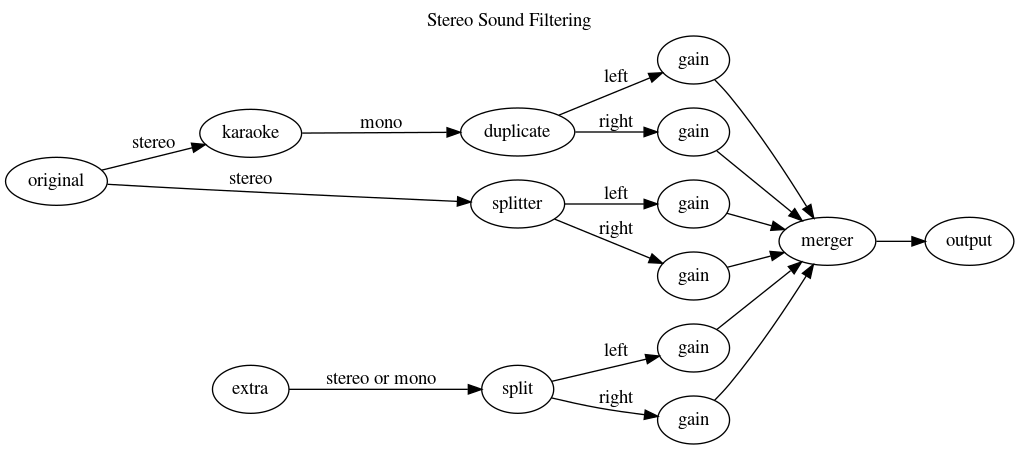
Above: docs/filter-graph-stereo.png in joeyparrish/upfish (Graphviz), before the change. Its source is kept beside it as docs/filter-graph-stereo.gv.
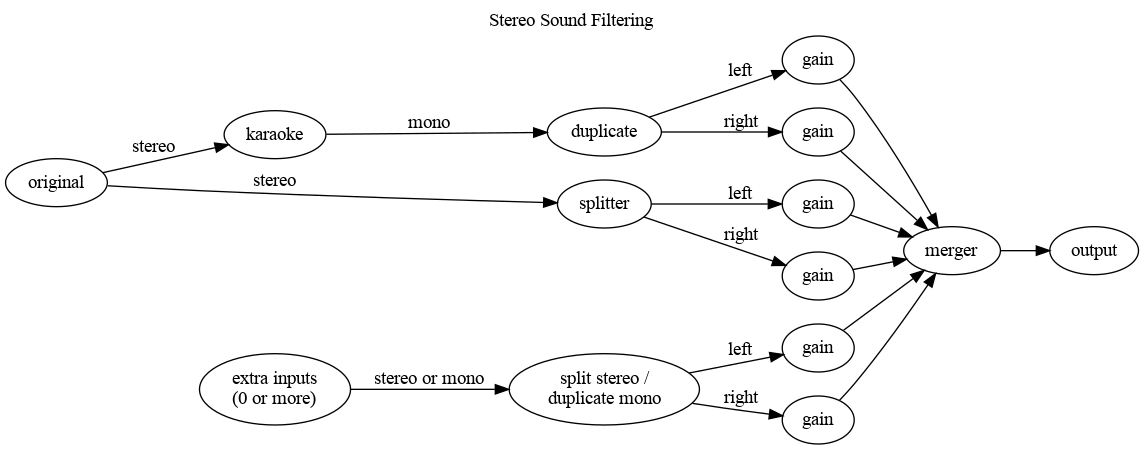
Above is the later version.

Commit message:
Tweak filter graph diagrams

Change to the diagram source:
```diff
@@ -26,8 +26,8 @@
   gain2 -> merger;
   gain3 -> merger;
 
-  splitter2 [label="split"];
-  extra -> splitter2 [label="stereo or mono"];
+  splitter2 [label="split stereo /\nduplicate mono"];
+  "extra inputs\n(0 or more)" -> splitter2 [label="stereo or mono"];
 
   gain4 [label="gain"];
   gain5 [label="gain"];
```
